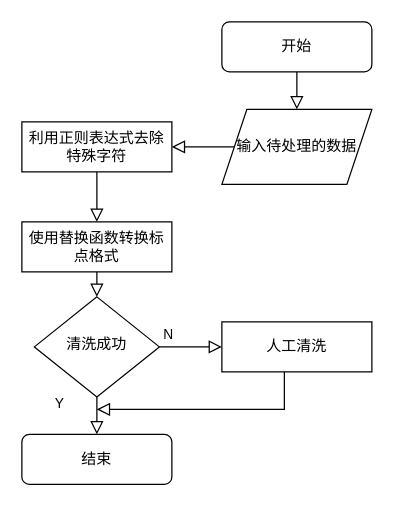
Above: page "第 4 页" (4 of 5) of 系统流程图.drawio in Mo-DuQian/rhetoric-poem-data (draw.io), before the change. Source tidied: cells renumbered, new cells numbered last; positions are measured from the earlier drawing's top-left corner, leaving out a move shared by most shapes. Both pictures are drawn from the tidied source at 125%, with x=0, y=0 at pixel (21, 21).
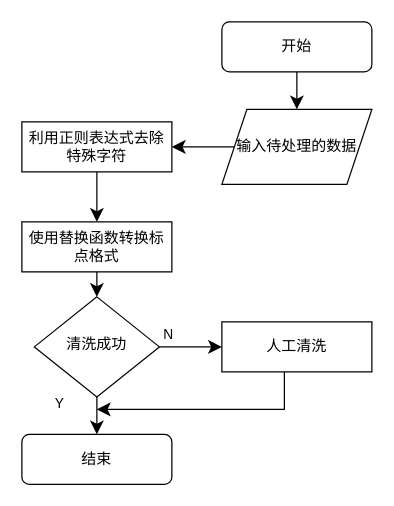
The same diagram, later.

Diff of the diagram source:
```diff
@@
 <mxGraphModel>
   <root>
     <mxCell id="0" />
     <mxCell id="1" parent="0" />
-    <mxCell id="2" style="edgeStyle=orthogonalEdgeStyle;rounded=0;jettySize=auto;html=1;labelBackgroundColor=none;endArrow=block;endFill=0;endSize=8;strokeWidth=1;shadow=0;" parent="1" edge="1" source="3" target="11">
+    <mxCell id="2" style="edgeStyle=orthogonalEdgeStyle;rounded=0;jettySize=auto;html=1;labelBackgroundColor=default;endArrow=classic;endFill=1;endSize=8;strokeWidth=1;shadow=0;" parent="1" edge="1" source="3" target="11">
       <mxGeometry relative="1" as="geometry" />
     </mxCell>
     <mxCell id="3" value="&lt;font face=&quot;Verdana&quot;&gt;开始&lt;/font&gt;" style="rounded=1;whiteSpace=wrap;html=1;fontSize=12;glass=0;strokeWidth=1;shadow=0;" parent="1" vertex="1">
       <mxGeometry x="160" width="120" height="40" as="geometry" />
     </mxCell>
     <mxCell id="4" value="&lt;font face=&quot;Verdana&quot;&gt;结束&lt;/font&gt;" style="rounded=1;whiteSpace=wrap;html=1;fontSize=12;glass=0;strokeWidth=1;shadow=0;" parent="1" vertex="1">
       <mxGeometry y="330" width="120" height="40" as="geometry" />
     </mxCell>
-    <mxCell id="5" style="edgeStyle=orthogonalEdgeStyle;rounded=0;jettySize=auto;html=1;labelBackgroundColor=none;endArrow=block;endFill=0;endSize=8;strokeWidth=1;shadow=0;" parent="1" edge="1" source="6" target="7">
+    <mxCell id="5" style="edgeStyle=orthogonalEdgeStyle;rounded=0;jettySize=auto;html=1;labelBackgroundColor=default;endArrow=classic;endFill=1;endSize=8;strokeWidth=1;shadow=0;" parent="1" edge="1" source="6" target="7">
       <mxGeometry relative="1" as="geometry" />
     </mxCell>
     <mxCell id="6" value="利用正则表达式去除特殊字符" style="rounded=0;whiteSpace=wrap;html=1;fontSize=12;glass=0;strokeWidth=1;shadow=0;" parent="1" vertex="1">
       <mxGeometry y="80" width="120" height="40" as="geometry" />
     </mxCell>
     <mxCell id="7" value="&lt;font face=&quot;Verdana&quot;&gt;使用替换函数转换标点格式&lt;/font&gt;" style="rounded=0;whiteSpace=wrap;html=1;" parent="1" vertex="1">
       <mxGeometry y="160" width="120" height="40" as="geometry" />
     </mxCell>
     <mxCell id="8" value="&lt;font face=&quot;Verdana&quot;&gt;清洗成功&lt;/font&gt;" style="rhombus;whiteSpace=wrap;html=1;shadow=0;fontFamily=Helvetica;fontSize=12;align=center;strokeWidth=1;spacing=6;spacingTop=-4;" parent="1" vertex="1">
       <mxGeometry x="10" y="220" width="100" height="80" as="geometry" />
     </mxCell>
-    <mxCell id="9" style="edgeStyle=orthogonalEdgeStyle;rounded=0;jettySize=auto;html=1;labelBackgroundColor=none;endArrow=block;endFill=0;endSize=8;strokeWidth=1;shadow=0;entryX=0.5;entryY=0;entryDx=0;entryDy=0;exitX=0.5;exitY=1;exitDx=0;exitDy=0;" parent="1" edge="1" source="7" target="8">
+    <mxCell id="9" style="edgeStyle=orthogonalEdgeStyle;rounded=0;jettySize=auto;html=1;labelBackgroundColor=default;endArrow=classic;endFill=1;endSize=8;strokeWidth=1;shadow=0;entryX=0.5;entryY=0;entryDx=0;entryDy=0;exitX=0.5;exitY=1;exitDx=0;exitDy=0;" parent="1" edge="1" source="7" target="8">
       <mxGeometry relative="1" as="geometry" />
     </mxCell>
-    <mxCell id="10" style="edgeStyle=orthogonalEdgeStyle;rounded=0;jettySize=auto;html=1;labelBackgroundColor=none;endArrow=block;endFill=0;endSize=8;strokeWidth=1;shadow=0;" parent="1" edge="1" source="11" target="6">
+    <mxCell id="10" style="edgeStyle=orthogonalEdgeStyle;rounded=0;jettySize=auto;html=1;labelBackgroundColor=default;endArrow=classic;endFill=1;endSize=8;strokeWidth=1;shadow=0;" parent="1" edge="1" source="11" target="6">
       <mxGeometry relative="1" as="geometry" />
     </mxCell>
     <mxCell id="11" value="&lt;font face=&quot;Verdana&quot;&gt;输入待处理的数据&lt;/font&gt;" style="shape=parallelogram;perimeter=parallelogramPerimeter;whiteSpace=wrap;html=1;fixedSize=1;" parent="1" vertex="1">
       <mxGeometry x="160" y="70" width="120" height="60" as="geometry" />
     </mxCell>
-    <mxCell id="12" value="Y" style="rounded=0;html=1;jettySize=auto;fontSize=11;endArrow=block;endFill=0;endSize=8;strokeWidth=1;shadow=0;labelBackgroundColor=none;edgeStyle=orthogonalEdgeStyle;entryX=0.5;entryY=0;entryDx=0;entryDy=0;exitX=0.5;exitY=1;exitDx=0;exitDy=0;" parent="1" edge="1" source="8" target="4">
+    <mxCell id="12" value="Y" style="rounded=0;html=1;jettySize=auto;fontSize=11;endArrow=classic;endFill=1;endSize=8;strokeWidth=1;shadow=0;labelBackgroundColor=default;edgeStyle=orthogonalEdgeStyle;entryX=0.5;entryY=0;entryDx=0;entryDy=0;exitX=0.5;exitY=1;exitDx=0;exitDy=0;" parent="1" edge="1" source="8" target="4">
       <mxGeometry x="-0.69" y="-30" relative="1" as="geometry" />
     </mxCell>
-    <mxCell id="13" style="edgeStyle=orthogonalEdgeStyle;rounded=0;jettySize=auto;html=1;labelBackgroundColor=none;endArrow=block;endFill=0;endSize=8;strokeWidth=1;shadow=0;" parent="1" edge="1" source="14">
+    <mxCell id="13" style="edgeStyle=orthogonalEdgeStyle;rounded=0;jettySize=auto;html=1;labelBackgroundColor=default;endArrow=classic;endFill=1;endSize=8;strokeWidth=1;shadow=0;" parent="1" edge="1" source="14">
       <mxGeometry relative="1" as="geometry">
         <mxPoint x="60" y="310" as="targetPoint" />
         <Array as="points">
           <mxPoint x="210" y="310" />
         </Array>
       </mxGeometry>
     </mxCell>
     <mxCell id="14" value="&lt;font face=&quot;Verdana&quot;&gt;人工清洗&lt;/font&gt;" style="rounded=0;whiteSpace=wrap;html=1;" parent="1" vertex="1">
       <mxGeometry x="160" y="240" width="120" height="40" as="geometry" />
     </mxCell>
-    <mxCell id="15" value="N" style="edgeStyle=orthogonalEdgeStyle;rounded=0;html=1;jettySize=auto;fontSize=11;endArrow=block;endFill=0;endSize=8;strokeWidth=1;shadow=0;labelBackgroundColor=none;exitX=1;exitY=0.5;exitDx=0;exitDy=0;entryX=0;entryY=0.5;entryDx=0;entryDy=0;" parent="1" edge="1" source="8" target="14">
+    <mxCell id="15" value="N" style="edgeStyle=orthogonalEdgeStyle;rounded=0;html=1;jettySize=auto;fontSize=11;endArrow=classic;endFill=1;endSize=8;strokeWidth=1;shadow=0;labelBackgroundColor=default;exitX=1;exitY=0.5;exitDx=0;exitDy=0;entryX=0;entryY=0.5;entryDx=0;entryDy=0;" parent="1" edge="1" source="8" target="14">
       <mxGeometry x="-0.73" y="10" relative="1" as="geometry" />
     </mxCell>
   </root>
 </mxGraphModel>
```
